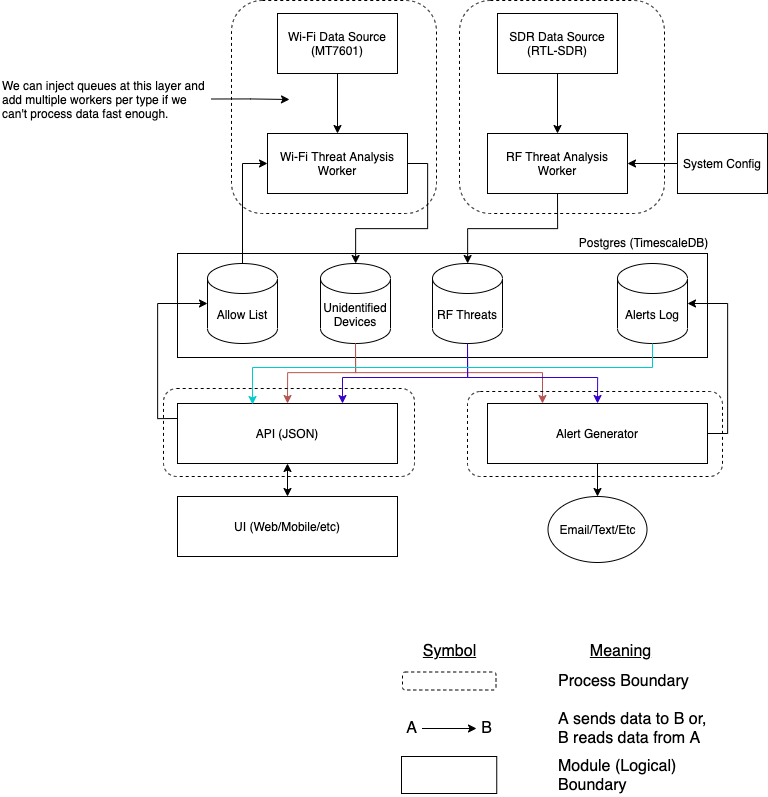
This is docs/SoftwareArchitecture.png from musicist288/EC601-Team21-CorporateAirspaceSecurity, a draw.io export, as it was before one commit. Source tidied: cells renumbered, new cells last; positions are measured from the earlier drawing's top-left corner, leaving out a move shared by most shapes.
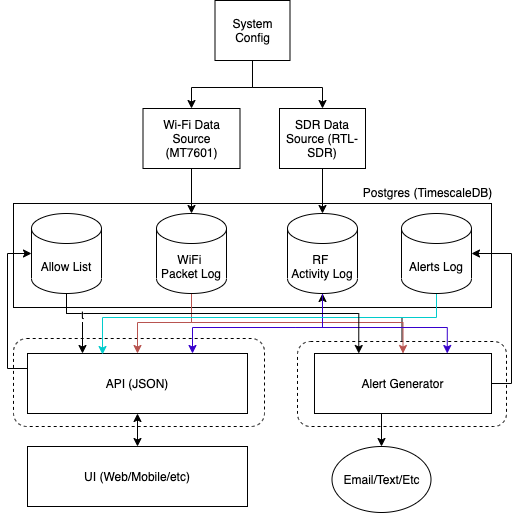
Later version of the same file.

Commit message:
Updating architecture diagram.

Change to the diagram source:
```diff
@@ -2,42 +2,30 @@
   <root>
     <mxCell id="0" />
     <mxCell id="1" parent="0" />
-    <mxCell id="2" style="group;" parent="1" vertex="1">
-      <mxGeometry x="227" y="253" width="480" height="120" as="geometry" />
-    </mxCell>
-    <mxCell id="3" style="rounded=0;whiteSpace=wrap;html=1;" parent="2" vertex="1">
-      <mxGeometry x="-50" width="530" height="104" as="geometry" />
+    <mxCell id="3" style="rounded=0;whiteSpace=wrap;html=1;" parent="1" vertex="1">
+      <mxGeometry x="229" y="253" width="478" height="104" as="geometry" />
     </mxCell>
-    <mxCell id="4" value="Allow List" style="shape=cylinder3;whiteSpace=wrap;html=1;boundedLbl=1;backgroundOutline=1;size=15;" parent="2" vertex="1">
-      <mxGeometry x="-20" y="10" width="70" height="80" as="geometry" />
-    </mxCell>
-    <mxCell id="5" value="Unidentified Devices" style="shape=cylinder3;whiteSpace=wrap;html=1;boundedLbl=1;backgroundOutline=1;size=15;" parent="2" vertex="1">
-      <mxGeometry x="93" y="10" width="70" height="80" as="geometry" />
-    </mxCell>
-    <mxCell id="6" value="Alerts Log" style="shape=cylinder3;whiteSpace=wrap;html=1;boundedLbl=1;backgroundOutline=1;size=15;" parent="2" vertex="1">
-      <mxGeometry x="390" y="10" width="70" height="80" as="geometry" />
-    </mxCell>
-    <mxCell id="7" value="RF Threats" style="shape=cylinder3;whiteSpace=wrap;html=1;boundedLbl=1;backgroundOutline=1;size=15;" parent="2" vertex="1">
-      <mxGeometry x="205" y="10" width="70" height="80" as="geometry" />
-    </mxCell>
+    <mxCell id="37" style="rounded=1;whiteSpace=wrap;html=1;fillColor=none;dashed=1;" parent="1" vertex="1">
+      <mxGeometry x="229" y="388" width="251" height="88" as="geometry" />
+    </mxCell>
+    <mxCell id="50" style="edgeStyle=orthogonalEdgeStyle;rounded=0;jettySize=auto;html=1;" parent="1" edge="1" source="38" target="7">
+      <mxGeometry relative="1" as="geometry" />
+    </mxCell>
+    <mxCell id="38" style="rounded=1;whiteSpace=wrap;html=1;fillColor=none;dashed=1;" parent="1" vertex="1">
+      <mxGeometry x="513" y="391" width="209" height="85" as="geometry" />
+    </mxCell>
-    <mxCell id="8" style="edgeStyle=orthogonalEdgeStyle;rounded=0;jettySize=auto;html=1;" parent="1" edge="1" source="9" target="13">
+    <mxCell id="8" style="edgeStyle=orthogonalEdgeStyle;rounded=0;jettySize=auto;html=1;entryX=0.5;entryY=0;entryDx=0;entryDy=0;entryPerimeter=0;" parent="1" edge="1" source="9" target="5">
       <mxGeometry relative="1" as="geometry" />
     </mxCell>
     <mxCell id="9" value="Wi-Fi Data Source&lt;br&gt;(MT7601)" style="rounded=0;whiteSpace=wrap;html=1;" parent="1" vertex="1">
-      <mxGeometry x="277" y="13" width="120" height="60" as="geometry" />
+      <mxGeometry x="358.5" y="158" width="97" height="60" as="geometry" />
     </mxCell>
-    <mxCell id="10" style="edgeStyle=orthogonalEdgeStyle;rounded=0;jettySize=auto;html=1;exitX=0.5;exitY=1;exitDx=0;exitDy=0;entryX=0.5;entryY=0;entryDx=0;entryDy=0;" parent="1" edge="1" source="11" target="18">
+    <mxCell id="10" style="edgeStyle=orthogonalEdgeStyle;rounded=0;jettySize=auto;html=1;exitX=0.5;exitY=1;exitDx=0;exitDy=0;entryX=0.5;entryY=0;entryDx=0;entryDy=0;entryPerimeter=0;" parent="1" edge="1" source="11" target="7">
       <mxGeometry relative="1" as="geometry" />
     </mxCell>
     <mxCell id="11" value="SDR Data Source (RTL-SDR)" style="rounded=0;whiteSpace=wrap;html=1;" parent="1" vertex="1">
-      <mxGeometry x="497" y="13" width="120" height="60" as="geometry" />
+      <mxGeometry x="495" y="158" width="86" height="60" as="geometry" />
     </mxCell>
-    <mxCell id="12" style="edgeStyle=orthogonalEdgeStyle;rounded=0;jettySize=auto;html=1;exitX=1;exitY=0.5;exitDx=0;exitDy=0;" parent="1" edge="1" source="13" target="5">
-      <mxGeometry relative="1" as="geometry" />
-    </mxCell>
-    <mxCell id="13" value="Wi-Fi Threat Analysis Worker" style="rounded=0;whiteSpace=wrap;html=1;" parent="1" vertex="1">
-      <mxGeometry x="267" y="133" width="140" height="60" as="geometry" />
-    </mxCell>
     <mxCell id="14" style="edgeStyle=orthogonalEdgeStyle;rounded=0;jettySize=auto;html=1;exitX=1;exitY=0.5;exitDx=0;exitDy=0;entryX=1;entryY=0.5;entryDx=0;entryDy=0;entryPerimeter=0;" parent="1" edge="1" source="16" target="6">
       <mxGeometry relative="1" as="geometry" />
     </mxCell>
@@ -45,22 +33,8 @@
       <mxGeometry relative="1" as="geometry" />
     </mxCell>
     <mxCell id="16" value="Alert Generator" style="rounded=0;whiteSpace=wrap;html=1;" parent="1" vertex="1">
-      <mxGeometry x="487" y="403" width="220" height="60" as="geometry" />
+      <mxGeometry x="530" y="403" width="177" height="60" as="geometry" />
     </mxCell>
-    <mxCell id="17" style="edgeStyle=orthogonalEdgeStyle;rounded=0;jettySize=auto;html=1;exitX=0.5;exitY=1;exitDx=0;exitDy=0;" parent="1" edge="1" source="18" target="7">
-      <mxGeometry relative="1" as="geometry" />
-    </mxCell>
-    <mxCell id="18" value="RF Threat Analysis Worker" style="rounded=0;whiteSpace=wrap;html=1;" parent="1" vertex="1">
-      <mxGeometry x="487" y="133" width="140" height="60" as="geometry" />
-    </mxCell>
-    <mxCell id="19" style="edgeStyle=orthogonalEdgeStyle;rounded=0;jettySize=auto;html=1;exitX=1;exitY=0.5;exitDx=0;exitDy=0;startArrow=none;startFill=0;" parent="1" edge="1" source="20">
-      <mxGeometry relative="1" as="geometry">
-        <mxPoint x="289" y="99" as="targetPoint" />
-      </mxGeometry>
-    </mxCell>
-    <mxCell id="20" value="We can inject queues at this layer and add multiple workers per type if we can't process data fast enough." style="text;html=1;strokeColor=none;fillColor=none;align=left;verticalAlign=middle;whiteSpace=wrap;rounded=0;" parent="1" vertex="1">
-      <mxGeometry y="75" width="211" height="47" as="geometry" />
-    </mxCell>
     <mxCell id="21" style="edgeStyle=orthogonalEdgeStyle;rounded=0;jettySize=auto;html=1;exitX=0.5;exitY=1;exitDx=0;exitDy=0;entryX=0.5;entryY=0;entryDx=0;entryDy=0;startArrow=classic;startFill=1;" parent="1" edge="1" source="23" target="24">
       <mxGeometry relative="1" as="geometry" />
     </mxCell>
@@ -68,34 +42,44 @@
       <mxGeometry relative="1" as="geometry" />
     </mxCell>
     <mxCell id="23" value="API (JSON)" style="rounded=0;whiteSpace=wrap;html=1;" parent="1" vertex="1">
-      <mxGeometry x="177" y="403" width="220" height="60" as="geometry" />
+      <mxGeometry x="243" y="403" width="220" height="60" as="geometry" />
     </mxCell>
     <mxCell id="24" value="UI (Web/Mobile/etc)" style="rounded=0;whiteSpace=wrap;html=1;" parent="1" vertex="1">
-      <mxGeometry x="177" y="496" width="220" height="60" as="geometry" />
+      <mxGeometry x="243" y="496" width="220" height="60" as="geometry" />
     </mxCell>
-    <mxCell id="25" style="edgeStyle=orthogonalEdgeStyle;rounded=0;jettySize=auto;html=1;exitX=0.5;exitY=0;exitDx=0;exitDy=0;exitPerimeter=0;entryX=0;entryY=0.5;entryDx=0;entryDy=0;" parent="1" edge="1" source="4" target="13">
-      <mxGeometry relative="1" as="geometry" />
-    </mxCell>
-    <mxCell id="26" style="edgeStyle=orthogonalEdgeStyle;rounded=0;jettySize=auto;html=1;exitX=0;exitY=0.5;exitDx=0;exitDy=0;entryX=1;entryY=0.5;entryDx=0;entryDy=0;" parent="1" edge="1" source="27" target="18">
-      <mxGeometry relative="1" as="geometry" />
-    </mxCell>
+    <mxCell id="51" style="edgeStyle=orthogonalEdgeStyle;rounded=0;jettySize=auto;html=1;entryX=0.5;entryY=0;entryDx=0;entryDy=0;" parent="1" edge="1" source="27" target="9">
+      <mxGeometry relative="1" as="geometry">
+        <Array as="points">
+          <mxPoint x="468" y="137" />
+          <mxPoint x="407" y="137" />
+        </Array>
+      </mxGeometry>
+    </mxCell>
+    <mxCell id="52" style="edgeStyle=orthogonalEdgeStyle;rounded=0;jettySize=auto;html=1;" parent="1" edge="1" source="27" target="11">
+      <mxGeometry relative="1" as="geometry">
+        <Array as="points">
+          <mxPoint x="468" y="137" />
+          <mxPoint x="538" y="137" />
+        </Array>
+      </mxGeometry>
+    </mxCell>
     <mxCell id="27" value="System Config" style="rounded=0;whiteSpace=wrap;html=1;" parent="1" vertex="1">
-      <mxGeometry x="677" y="133" width="90" height="60" as="geometry" />
+      <mxGeometry x="430.5" y="50" width="75" height="60" as="geometry" />
     </mxCell>
-    <mxCell id="28" style="edgeStyle=orthogonalEdgeStyle;rounded=0;jettySize=auto;html=1;entryX=0.25;entryY=0;entryDx=0;entryDy=0;fillColor=#f8cecc;strokeColor=#b85450;" parent="1" edge="1" target="16">
+    <mxCell id="28" style="edgeStyle=orthogonalEdgeStyle;rounded=0;jettySize=auto;html=1;entryX=0.5;entryY=0;entryDx=0;entryDy=0;fillColor=#f8cecc;strokeColor=#b85450;exitX=0.5;exitY=1;exitDx=0;exitDy=0;exitPerimeter=0;" parent="1" edge="1" source="5" target="16">
       <mxGeometry relative="1" as="geometry">
-        <mxPoint x="355" y="343" as="sourcePoint" />
         <Array as="points">
-          <mxPoint x="355" y="372" />
-          <mxPoint x="542" y="372" />
+          <mxPoint x="407" y="372" />
+          <mxPoint x="619" y="372" />
+          <mxPoint x="619" y="403" />
         </Array>
       </mxGeometry>
     </mxCell>
-    <mxCell id="29" style="edgeStyle=orthogonalEdgeStyle;rounded=0;jettySize=auto;html=1;exitX=0.5;exitY=1;exitDx=0;exitDy=0;exitPerimeter=0;entryX=0.5;entryY=0;entryDx=0;entryDy=0;fillColor=#6a00ff;strokeColor=#3700CC;" parent="1" edge="1" source="7" target="16">
+    <mxCell id="29" style="edgeStyle=orthogonalEdgeStyle;rounded=0;jettySize=auto;html=1;exitX=0.5;exitY=1;exitDx=0;exitDy=0;exitPerimeter=0;fillColor=#6a00ff;strokeColor=#3700CC;entryX=0.75;entryY=0;entryDx=0;entryDy=0;" parent="1" edge="1" source="7" target="16">
       <mxGeometry relative="1" as="geometry">
         <Array as="points">
-          <mxPoint x="467" y="377" />
-          <mxPoint x="597" y="377" />
+          <mxPoint x="511" y="377" />
+          <mxPoint x="652" y="377" />
         </Array>
       </mxGeometry>
     </mxCell>
@@ -105,15 +89,15 @@
     <mxCell id="31" style="edgeStyle=orthogonalEdgeStyle;rounded=0;jettySize=auto;html=1;exitX=0.5;exitY=1;exitDx=0;exitDy=0;exitPerimeter=0;entryX=0.5;entryY=0;entryDx=0;entryDy=0;strokeColor=#b85450;fillColor=#f8cecc;" parent="1" edge="1" source="5" target="23">
       <mxGeometry relative="1" as="geometry">
         <Array as="points">
-          <mxPoint x="355" y="372" />
-          <mxPoint x="287" y="372" />
+          <mxPoint x="407" y="372" />
+          <mxPoint x="353" y="372" />
         </Array>
       </mxGeometry>
     </mxCell>
     <mxCell id="32" style="edgeStyle=orthogonalEdgeStyle;rounded=0;jettySize=auto;html=1;exitX=0.5;exitY=1;exitDx=0;exitDy=0;exitPerimeter=0;entryX=0.75;entryY=0;entryDx=0;entryDy=0;fillColor=#6a00ff;strokeColor=#3700CC;" parent="1" edge="1" source="7" target="23">
       <mxGeometry relative="1" as="geometry">
         <Array as="points">
-          <mxPoint x="467" y="377" />
+          <mxPoint x="511" y="377" />
           <mxPoint x="342" y="377" />
         </Array>
       </mxGeometry>
@@ -125,54 +109,37 @@
       <mxGeometry relative="1" as="geometry">
         <Array as="points">
           <mxPoint x="652" y="367" />
-          <mxPoint x="252" y="367" />
+          <mxPoint x="318" y="367" />
         </Array>
       </mxGeometry>
     </mxCell>
-    <mxCell id="35" style="rounded=1;whiteSpace=wrap;html=1;fillColor=none;dashed=1;" parent="1" vertex="1">
-      <mxGeometry x="231" width="205" height="213" as="geometry" />
-    </mxCell>
-    <mxCell id="36" style="rounded=1;whiteSpace=wrap;html=1;fillColor=none;dashed=1;" parent="1" vertex="1">
-      <mxGeometry x="459" width="205" height="213" as="geometry" />
-    </mxCell>
-    <mxCell id="37" style="rounded=1;whiteSpace=wrap;html=1;fillColor=none;dashed=1;" parent="1" vertex="1">
-      <mxGeometry x="163" y="388" width="251" height="88" as="geometry" />
-    </mxCell>
-    <mxCell id="38" style="rounded=1;whiteSpace=wrap;html=1;fillColor=none;dashed=1;" parent="1" vertex="1">
-      <mxGeometry x="467" y="391" width="255" height="85" as="geometry" />
-    </mxCell>
-    <mxCell id="39" style="rounded=1;whiteSpace=wrap;html=1;fillColor=none;dashed=1;" parent="1" vertex="1">
-      <mxGeometry x="402" y="671.5" width="93.5" height="18" as="geometry" />
-    </mxCell>
-    <mxCell id="40" value="&lt;u&gt;Symbol&lt;/u&gt;" style="text;html=1;align=center;verticalAlign=middle;strokeColor=none;fillColor=none;fontSize=16;" parent="1" vertex="1">
-      <mxGeometry x="417.2" y="639" width="63" height="23" as="geometry" />
-    </mxCell>
-    <mxCell id="41" value="&lt;u&gt;Meaning&lt;/u&gt;" style="text;html=1;align=center;verticalAlign=middle;strokeColor=none;fillColor=none;fontSize=16;" parent="1" vertex="1">
-      <mxGeometry x="584" y="639" width="71" height="23" as="geometry" />
-    </mxCell>
-    <mxCell id="42" value="Process Boundary" style="text;html=1;align=left;verticalAlign=middle;strokeColor=none;fillColor=none;fontSize=16;" parent="1" vertex="1">
-      <mxGeometry x="555.5" y="669" width="141" height="23" as="geometry" />
-    </mxCell>
-    <mxCell id="43" value="A sends data to B or, &lt;br&gt;B reads data from A" style="text;html=1;align=left;verticalAlign=middle;strokeColor=none;fillColor=none;fontSize=16;" parent="1" vertex="1">
-      <mxGeometry x="555.5" y="707" width="158" height="42" as="geometry" />
-    </mxCell>
-    <mxCell id="44" style="rounded=0;whiteSpace=wrap;html=1;fontSize=16;fillColor=default;align=left;" parent="1" vertex="1">
-      <mxGeometry x="401" y="756" width="95.2" height="37" as="geometry" />
-    </mxCell>
-    <mxCell id="45" value="Module (Logical) &lt;br&gt;Boundary" style="text;html=1;align=left;verticalAlign=middle;strokeColor=none;fillColor=none;fontSize=16;" parent="1" vertex="1">
-      <mxGeometry x="555.5" y="753.5" width="128" height="42" as="geometry" />
-    </mxCell>
-    <mxCell id="46" style="group;" parent="1" vertex="1">
-      <mxGeometry x="400.5" y="716.5" width="96.5" height="23" as="geometry" />
-    </mxCell>
-    <mxCell id="47" value="A" style="text;html=1;align=center;verticalAlign=middle;points=[];strokeColor=none;fillColor=none;fontSize=16;" parent="46" vertex="1">
-      <mxGeometry width="21" height="23" as="geometry" />
-    </mxCell>
-    <mxCell id="48" value="B" style="text;html=1;align=center;verticalAlign=middle;points=[];strokeColor=none;fillColor=none;fontSize=16;" parent="46" vertex="1">
-      <mxGeometry x="75.5" width="21" height="23" as="geometry" />
-    </mxCell>
-    <mxCell id="49" style="edgeStyle=orthogonalEdgeStyle;rounded=0;jettySize=auto;html=1;startArrow=none;startFill=0;strokeColor=#000000;" parent="46" edge="1" source="47" target="48">
-      <mxGeometry relative="1" as="geometry" />
-    </mxCell>
+    <mxCell id="53" style="edgeStyle=orthogonalEdgeStyle;rounded=0;jettySize=auto;html=1;exitX=0.5;exitY=1;exitDx=0;exitDy=0;exitPerimeter=0;entryX=0.25;entryY=0;entryDx=0;entryDy=0;" parent="1" edge="1" source="4" target="16">
+      <mxGeometry relative="1" as="geometry">
+        <Array as="points">
+          <mxPoint x="282" y="363" />
+          <mxPoint x="574" y="363" />
+        </Array>
+      </mxGeometry>
+    </mxCell>
+    <mxCell id="54" value="t" style="edgeStyle=orthogonalEdgeStyle;rounded=0;jettySize=auto;html=1;entryX=0.25;entryY=0;entryDx=0;entryDy=0;" parent="1" edge="1" source="4" target="23">
+      <mxGeometry relative="1" as="geometry">
+        <Array as="points">
+          <mxPoint x="282" y="363" />
+          <mxPoint x="298" y="363" />
+        </Array>
+      </mxGeometry>
+    </mxCell>
+    <mxCell id="4" value="Allow List" style="shape=cylinder3;whiteSpace=wrap;html=1;boundedLbl=1;backgroundOutline=1;size=15;" parent="1" vertex="1">
+      <mxGeometry x="247" y="263" width="70" height="80" as="geometry" />
+    </mxCell>
+    <mxCell id="5" value="WiFi &lt;br&gt;Packet Log" style="shape=cylinder3;whiteSpace=wrap;html=1;boundedLbl=1;backgroundOutline=1;size=15;" parent="1" vertex="1">
+      <mxGeometry x="372" y="263" width="70" height="80" as="geometry" />
+    </mxCell>
+    <mxCell id="6" value="Alerts Log" style="shape=cylinder3;whiteSpace=wrap;html=1;boundedLbl=1;backgroundOutline=1;size=15;" parent="1" vertex="1">
+      <mxGeometry x="617" y="263" width="70" height="80" as="geometry" />
+    </mxCell>
+    <mxCell id="7" value="RF &lt;br&gt;Activity Log" style="shape=cylinder3;whiteSpace=wrap;html=1;boundedLbl=1;backgroundOutline=1;size=15;" parent="1" vertex="1">
+      <mxGeometry x="503" y="263" width="70" height="80" as="geometry" />
+    </mxCell>
   </root>
 </mxGraphModel>
```
